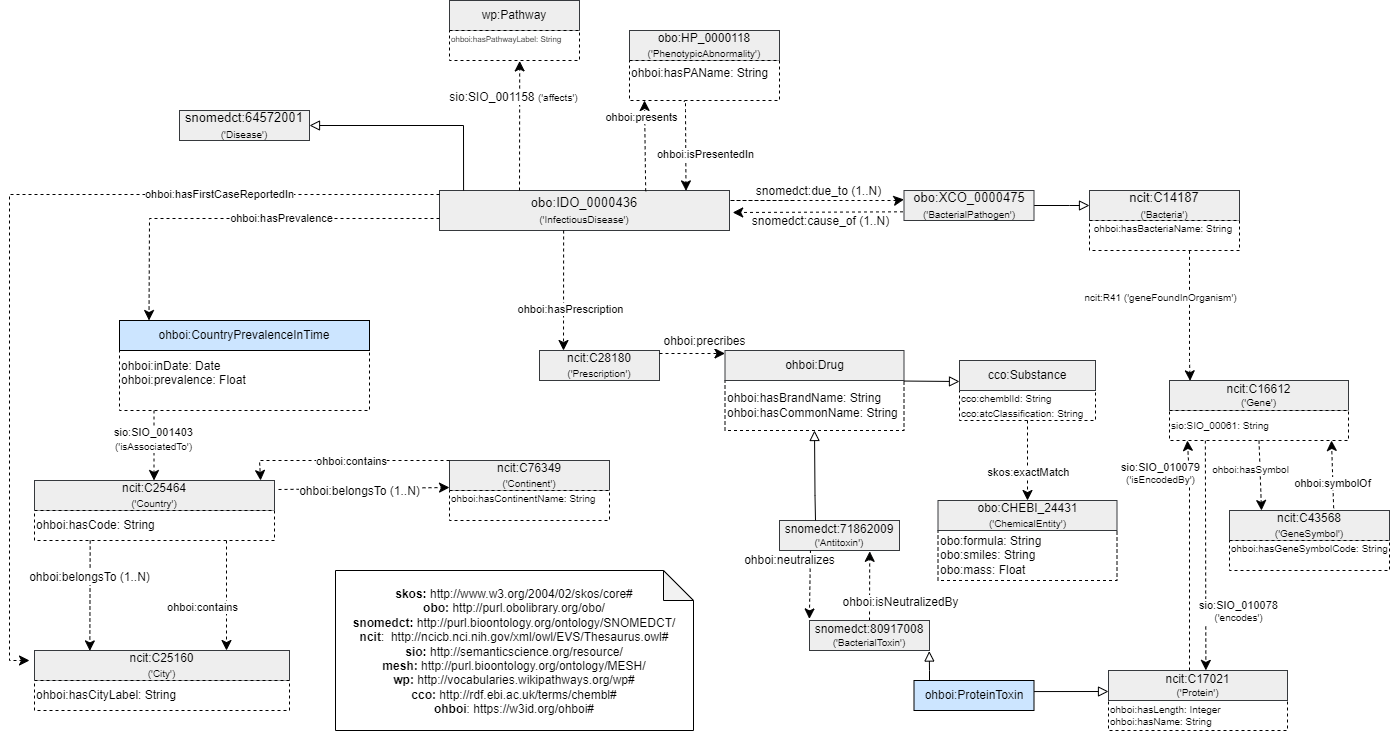
This is Ontology_evaluation_though_CQ/KG_SUBSET.png from Natpod/OhBOI_Human_Bacterial_Infectious_Disease_Ontology_SemTech_AN, a draw.io export, as it was before one commit. Source tidied: cells renumbered, new cells last; positions are measured from the earlier drawing's top-left corner, leaving out a move shared by most shapes.
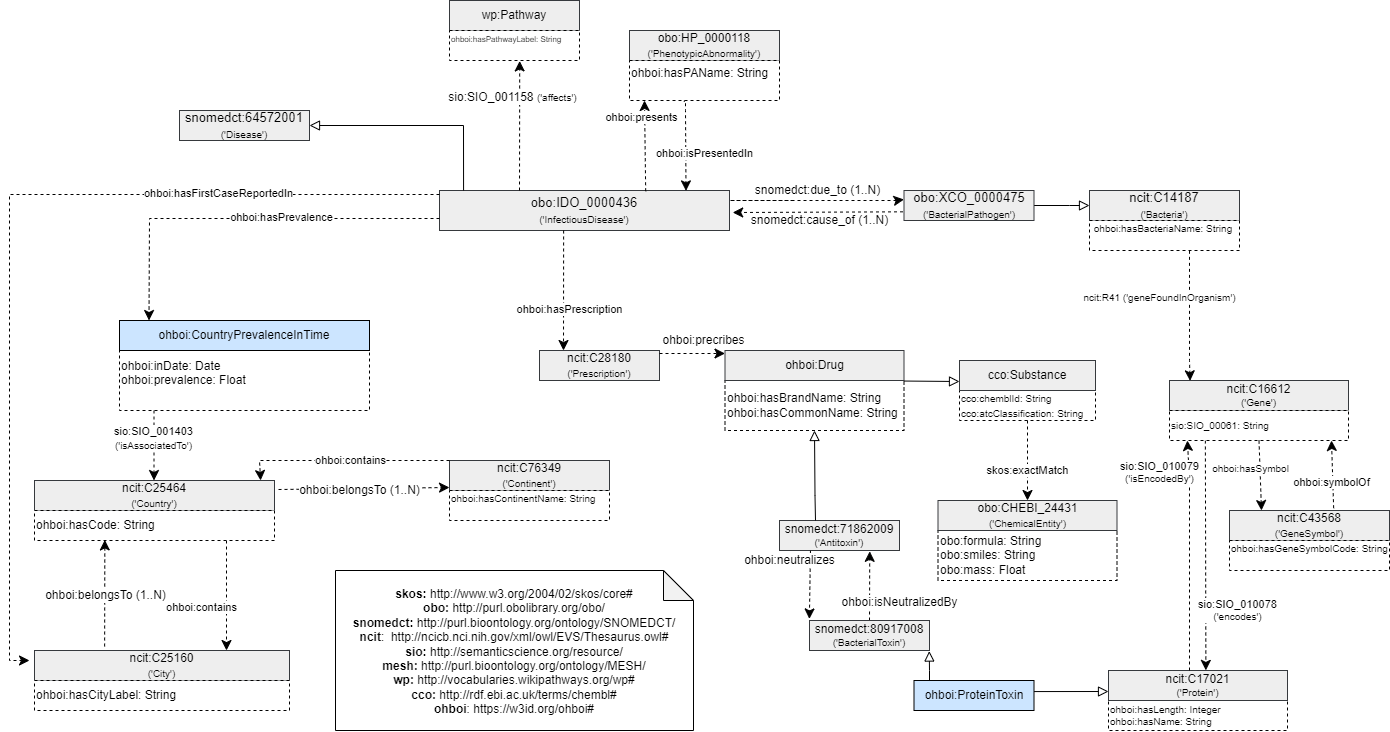
After the commit.

The edit, as a diff of the source:
```diff
@@ -39,7 +39,7 @@
     <mxCell id="11" value="&lt;div align=&quot;left&quot;&gt;ohboi:hasCode: String&lt;/div&gt;" style="rounded=0;whiteSpace=wrap;html=1;snapToPoint=1;points=[[0.1,0],[0.2,0],[0.3,0],[0.4,0],[0.5,0],[0.6,0],[0.7,0],[0.8,0],[0.9,0],[0,0.1],[0,0.3],[0,0.5],[0,0.7],[0,0.9],[0.1,1],[0.2,1],[0.3,1],[0.4,1],[0.5,1],[0.6,1],[0.7,1],[0.8,1],[0.9,1],[1,0.1],[1,0.3],[1,0.5],[1,0.7],[1,0.9]];fontColor=#000000;fillColor=#FFFFFF;align=left;dashed=1;" parent="1" vertex="1">
       <mxGeometry x="25" y="510" width="240" height="30" as="geometry" />
     </mxCell>
-    <mxCell id="12" style="endArrow=classic;html=1;exitX=0.232;exitY=1;exitDx=0;exitDy=0;entryX=0.217;entryY=0.013;entryDx=0;entryDy=0;endSize=8;arcSize=0;rounded=0;fontSize=12;fillColor=#FFFFFF;exitPerimeter=0;entryPerimeter=0;dashed=1;" parent="1" edge="1" source="11" target="7">
+    <mxCell id="12" style="endArrow=classic;html=1;exitX=0.275;exitY=-0.133;exitDx=0;exitDy=0;entryX=0.293;entryY=0.981;entryDx=0;entryDy=0;endSize=8;arcSize=0;rounded=0;fontSize=12;fillColor=#FFFFFF;dashed=1;exitPerimeter=0;entryPerimeter=0;" parent="1" edge="1" source="7" target="11">
       <mxGeometry relative="1" as="geometry" />
     </mxCell>
     <mxCell id="13" value="&lt;div&gt;&lt;div&gt;ohboi:belongsTo (1..N)&lt;/div&gt;&lt;/div&gt;" style="edgeLabel;html=1;align=center;verticalAlign=middle;fontSize=12;fillColor=#FFFFFF;" parent="12" vertex="1">
```
